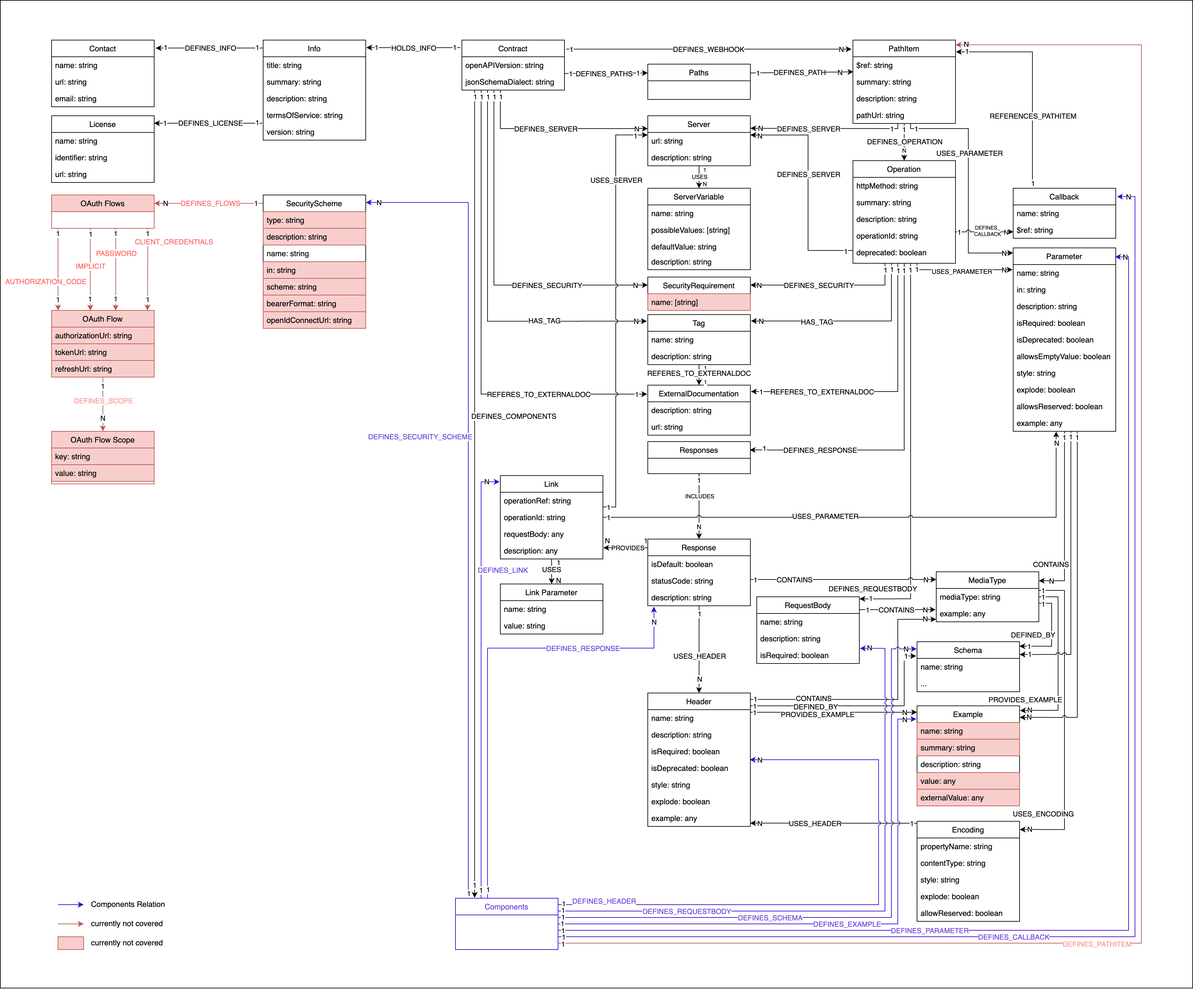
Earlier version of the draw.io export doc42/images/Contract Schema.drawio.png (jqassistant-plugin/jqassistant-openapi-plugin). Source tidied: cells renumbered, new cells last; positions are measured from the earlier drawing's top-left corner, leaving out a move shared by most shapes.
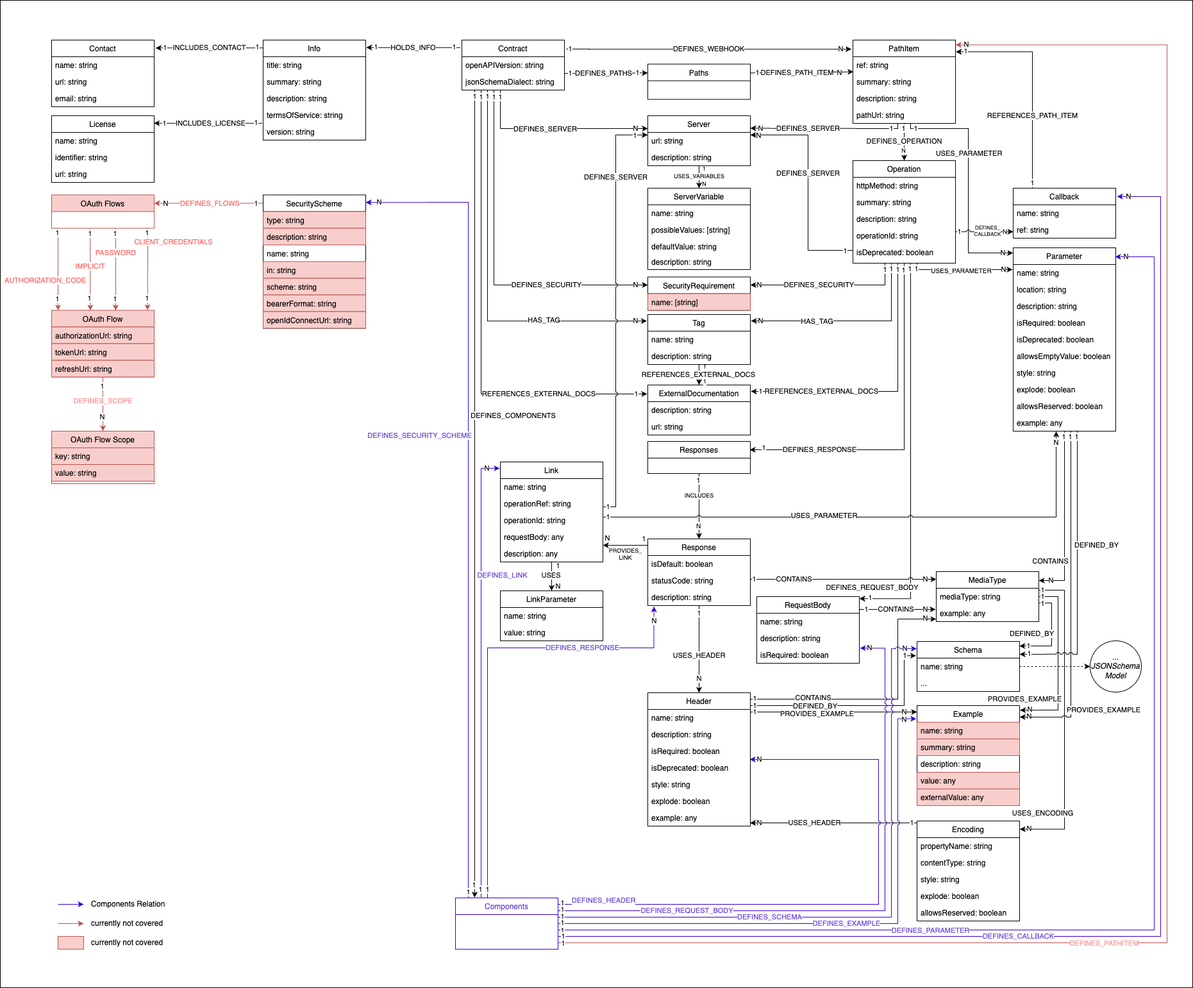
Later version of the same file.

Commit message:
updated Contract Schema Model

Diff of the diagram source:
```diff
@@ -134,3 +134,3 @@
     </mxCell>
-    <mxCell id="27" value="REFERES_TO_EXTERNALDOC" style="edgeLabel;html=1;align=center;verticalAlign=middle;" parent="26" vertex="1">
+    <mxCell id="27" value="REFERENCES_EXTERNAL_DOCS" style="edgeLabel;html=1;align=center;verticalAlign=middle;" parent="26" vertex="1">
       <mxGeometry x="0.58" y="-2" relative="1" as="geometry">
@@ -238,3 +238,3 @@
     </mxCell>
-    <mxCell id="56" value="DEFINES_INFO" style="edgeLabel;html=1;align=center;verticalAlign=middle;" parent="55" vertex="1">
+    <mxCell id="56" value="INCLUDES_CONTACT" style="edgeLabel;html=1;align=center;verticalAlign=middle;" parent="55" vertex="1">
       <mxGeometry relative="1" as="geometry" />
@@ -252,3 +252,3 @@
     </mxCell>
-    <mxCell id="60" value="DEFINES_LICENSE" style="edgeLabel;html=1;align=center;verticalAlign=middle;" parent="59" vertex="1">
+    <mxCell id="60" value="INCLUDES_LICENSE" style="edgeLabel;html=1;align=center;verticalAlign=middle;" parent="59" vertex="1">
       <mxGeometry relative="1" as="geometry">
@@ -270,3 +270,3 @@
     </mxCell>
-    <mxCell id="64" value="USES" style="edgeLabel;html=1;align=center;verticalAlign=middle;fontSize=9;" parent="63" vertex="1">
+    <mxCell id="64" value="USES_VARIABLES" style="edgeLabel;html=1;align=center;verticalAlign=middle;fontSize=9;" parent="63" vertex="1">
       <mxGeometry x="-0.46" y="1" relative="1" as="geometry">
@@ -334,5 +334,5 @@
     </mxCell>
-    <mxCell id="82" value="REFERES_TO_EXTERNALDOC" style="edgeLabel;html=1;align=center;verticalAlign=middle;" parent="79" vertex="1">
+    <mxCell id="82" value="REFERENCES_EXTERNAL_DOCS" style="edgeLabel;html=1;align=center;verticalAlign=middle;" parent="79" vertex="1">
       <mxGeometry x="0.27" y="-1" relative="1" as="geometry">
-        <mxPoint y="-1" as="offset" />
+        <mxPoint y="1" as="offset" />
       </mxGeometry>
@@ -416,3 +416,3 @@
     </mxCell>
-    <mxCell id="99" value="$ref: string" style="text;align=left;verticalAlign=top;spacingLeft=4;spacingRight=4;overflow=hidden;points=[[0,0.5],[1,0.5]];portConstraint=eastwest;snapToPoint=0;" parent="98" vertex="1">
+    <mxCell id="99" value="ref: string" style="text;align=left;verticalAlign=top;spacingLeft=4;spacingRight=4;overflow=hidden;points=[[0,0.5],[1,0.5]];portConstraint=eastwest;snapToPoint=0;" parent="98" vertex="1">
       <mxGeometry y="26" width="160" height="26" as="geometry" />
@@ -474,5 +474,5 @@
     </mxCell>
-    <mxCell id="113" value="DEFINES_PATH" style="edgeLabel;html=1;align=center;verticalAlign=middle;" parent="112" vertex="1">
+    <mxCell id="113" value="DEFINES_PATH_ITEM" style="edgeLabel;html=1;align=center;verticalAlign=middle;" parent="112" vertex="1">
       <mxGeometry relative="1" as="geometry">
-        <mxPoint x="-4" as="offset" />
+        <mxPoint x="-7" as="offset" />
       </mxGeometry>
@@ -486,3 +486,3 @@
       <mxGeometry x="0.8" y="-1" relative="1" as="geometry">
-        <mxPoint x="-6" y="-1" as="offset" />
+        <mxPoint x="-6" as="offset" />
       </mxGeometry>
@@ -496,3 +496,3 @@
     </mxCell>
-    <mxCell id="117" value="REFERES_TO_EXTERNALDOC" style="edgeLabel;html=1;align=center;verticalAlign=middle;" parent="116" vertex="1">
+    <mxCell id="117" value="REFERENCES_EXTERNAL_DOCS" style="edgeLabel;html=1;align=center;verticalAlign=middle;" parent="116" vertex="1">
       <mxGeometry x="0.63" y="-3" relative="1" as="geometry">
@@ -518,3 +518,3 @@
     </mxCell>
-    <mxCell id="121" value="DEFINES_REQUESTBODY" style="edgeLabel;html=1;align=center;verticalAlign=middle;" parent="120" vertex="1">
+    <mxCell id="121" value="DEFINES_REQUEST_BODY" style="edgeLabel;html=1;align=center;verticalAlign=middle;" parent="120" vertex="1">
       <mxGeometry x="0.64" y="-1" relative="1" as="geometry">
@@ -675,3 +675,3 @@
     </mxCell>
-    <mxCell id="152" value="deprecated: boolean" style="text;align=left;verticalAlign=top;spacingLeft=4;spacingRight=4;overflow=hidden;" parent="147" vertex="1">
+    <mxCell id="152" value="isDeprecated: boolean" style="text;align=left;verticalAlign=top;spacingLeft=4;spacingRight=4;overflow=hidden;" parent="147" vertex="1">
       <mxGeometry y="130" width="160" height="26" as="geometry" />
@@ -689,3 +689,3 @@
       <mxGeometry x="0.82" y="-2" relative="1" as="geometry">
-        <mxPoint x="-7" y="-24" as="offset" />
+        <mxPoint x="-7" y="-28" as="offset" />
       </mxGeometry>
@@ -705,3 +705,3 @@
         <Array as="points">
-          <mxPoint x="1680" y="1118" />
+          <mxPoint x="1670" y="1118" />
           <mxPoint x="1590" y="1118" />
@@ -720,2 +720,7 @@
     </mxCell>
+    <mxCell id="362" value="PROVIDES_EXAMPLE" style="edgeLabel;html=1;align=center;verticalAlign=middle;" parent="157" vertex="1">
+      <mxGeometry x="0.59" y="-1" relative="1" as="geometry">
+        <mxPoint x="52" y="17" as="offset" />
+      </mxGeometry>
+    </mxCell>
     <mxCell id="160" value="Parameter" style="swimlane;fontStyle=0;align=center;verticalAlign=top;horizontal=1;startSize=26;rounded=0;shadow=0;strokeWidth=1;snapToPoint=0;" parent="1" vertex="1">
@@ -726,3 +731,3 @@
     </mxCell>
-    <mxCell id="162" value="in: string" style="text;align=left;verticalAlign=top;spacingLeft=4;spacingRight=4;overflow=hidden;" parent="160" vertex="1">
+    <mxCell id="162" value="location: string" style="text;align=left;verticalAlign=top;spacingLeft=4;spacingRight=4;overflow=hidden;" parent="160" vertex="1">
       <mxGeometry y="52" width="160" height="26" as="geometry" />
@@ -773,7 +778,2 @@
     </mxCell>
-    <mxCell id="176" value="DEFINED_BY" style="edgeLabel;html=1;align=center;verticalAlign=middle;" parent="175" vertex="1">
-      <mxGeometry x="-0.17" relative="1" as="geometry">
-        <mxPoint x="-30" y="12" as="offset" />
-      </mxGeometry>
-    </mxCell>
     <mxCell id="177" value="1" style="edgeLabel;html=1;align=center;verticalAlign=middle;" parent="175" vertex="1">
@@ -1001,6 +1001,7 @@
     </mxCell>
-    <mxCell id="225" style="edgeStyle=orthogonalEdgeStyle;rounded=0;jettySize=auto;html=1;entryX=1.004;entryY=0.326;entryDx=0;entryDy=0;entryPerimeter=0;jumpStyle=arc;" parent="1" edge="1" source="229" target="249">
+    <mxCell id="225" style="edgeStyle=orthogonalEdgeStyle;rounded=0;jettySize=auto;html=1;entryX=1;entryY=0.002;entryDx=0;entryDy=0;entryPerimeter=0;jumpStyle=arc;" parent="1" edge="1" source="229" target="249">
       <mxGeometry relative="1" as="geometry">
         <Array as="points">
-          <mxPoint x="1000" y="853" />
+          <mxPoint x="970" y="850" />
+          <mxPoint x="970" y="850" />
         </Array>
@@ -1008,5 +1009,5 @@
     </mxCell>
-    <mxCell id="226" value="PROVIDES" style="edgeLabel;html=1;align=center;verticalAlign=middle;fontSize=10;" parent="225" vertex="1">
+    <mxCell id="226" value="PROVIDES_&lt;br style=&quot;font-size: 9px;&quot;&gt;LINK" style="edgeLabel;html=1;align=center;verticalAlign=middle;fontSize=9;" parent="225" vertex="1">
       <mxGeometry x="0.22" y="-2" relative="1" as="geometry">
-        <mxPoint x="10" y="1" as="offset" />
+        <mxPoint x="7" y="16" as="offset" />
       </mxGeometry>
@@ -1015,3 +1016,3 @@
       <mxGeometry x="0.75" y="-1" relative="1" as="geometry">
-        <mxPoint x="-4" y="-10" as="offset" />
+        <mxPoint x="-2" y="-10" as="offset" />
       </mxGeometry>
@@ -1020,3 +1021,3 @@
       <mxGeometry x="-0.86" relative="1" as="geometry">
-        <mxPoint x="1" y="-11" as="offset" />
+        <mxPoint x="-1" y="-10" as="offset" />
       </mxGeometry>
@@ -1040,3 +1041,3 @@
       <mxGeometry x="-0.35" y="1" relative="1" as="geometry">
-        <mxPoint x="-2" y="3" as="offset" />
+        <mxPoint x="-2" y="6" as="offset" />
       </mxGeometry>
@@ -1061,5 +1062,5 @@
     </mxCell>
-    <mxCell id="238" value="USES_SERVER" style="edgeLabel;html=1;align=center;verticalAlign=middle;" parent="237" vertex="1">
+    <mxCell id="238" value="DEFINES_SERVER" style="edgeLabel;html=1;align=center;verticalAlign=middle;" parent="237" vertex="1">
       <mxGeometry x="0.3" y="-1" relative="1" as="geometry">
-        <mxPoint x="-1" y="-107" as="offset" />
+        <mxPoint x="-1" y="-111" as="offset" />
       </mxGeometry>
@@ -1098,18 +1099,21 @@
     <mxCell id="245" value="Link" style="swimlane;fontStyle=0;align=center;verticalAlign=top;horizontal=1;startSize=26;rounded=0;shadow=0;strokeWidth=1;" parent="1" vertex="1">
-      <mxGeometry x="780" y="741" width="160" height="130" as="geometry" />
+      <mxGeometry x="780" y="720" width="160" height="156" as="geometry" />
     </mxCell>
+    <mxCell id="363" value="name: string" style="text;align=left;verticalAlign=top;spacingLeft=4;spacingRight=4;overflow=hidden;" parent="245" vertex="1">
+      <mxGeometry y="26" width="160" height="26" as="geometry" />
+    </mxCell>
     <mxCell id="246" value="operationRef: string" style="text;align=left;verticalAlign=top;spacingLeft=4;spacingRight=4;overflow=hidden;" parent="245" vertex="1">
-      <mxGeometry y="26" width="160" height="26" as="geometry" />
+      <mxGeometry y="52" width="160" height="26" as="geometry" />
     </mxCell>
     <mxCell id="247" value="operationId: string" style="text;align=left;verticalAlign=top;spacingLeft=4;spacingRight=4;overflow=hidden;" parent="245" vertex="1">
-      <mxGeometry y="52" width="160" height="26" as="geometry" />
+      <mxGeometry y="78" width="160" height="26" as="geometry" />
     </mxCell>
     <mxCell id="248" value="requestBody: any" style="text;align=left;verticalAlign=top;spacingLeft=4;spacingRight=4;overflow=hidden;" parent="245" vertex="1">
-      <mxGeometry y="78" width="160" height="26" as="geometry" />
+      <mxGeometry y="104" width="160" height="26" as="geometry" />
     </mxCell>
     <mxCell id="249" value="description: any" style="text;align=left;verticalAlign=top;spacingLeft=4;spacingRight=4;overflow=hidden;points=[[0,0.5],[1,0.5]];portConstraint=eastwest;" parent="245" vertex="1">
-      <mxGeometry y="104" width="160" height="26" as="geometry" />
+      <mxGeometry y="130" width="160" height="26" as="geometry" />
     </mxCell>
-    <mxCell id="250" value="Link Parameter" style="swimlane;fontStyle=0;align=center;verticalAlign=top;horizontal=1;startSize=26;rounded=0;shadow=0;strokeWidth=1;" parent="1" vertex="1">
-      <mxGeometry x="780" y="910" width="160" height="78" as="geometry" />
+    <mxCell id="250" value="LinkParameter" style="swimlane;fontStyle=0;align=center;verticalAlign=top;horizontal=1;startSize=26;rounded=0;shadow=0;strokeWidth=1;" parent="1" vertex="1">
+      <mxGeometry x="780" y="921" width="160" height="78" as="geometry" />
     </mxCell>
@@ -1128,3 +1132,3 @@
     </mxCell>
-    <mxCell id="254" value="REFERENCES_PATHITEM" style="edgeLabel;html=1;align=center;verticalAlign=middle;" parent="253" vertex="1">
+    <mxCell id="254" value="REFERENCES_PATH_ITEM" style="edgeLabel;html=1;align=center;verticalAlign=middle;" parent="253" vertex="1">
       <mxGeometry x="-0.46" relative="1" as="geometry">
@@ -1147,3 +1151,3 @@
     </mxCell>
-    <mxCell id="259" value="$ref: string" style="text;align=left;verticalAlign=top;spacingLeft=4;spacingRight=4;overflow=hidden;points=[[0,0.5],[1,0.5]];portConstraint=eastwest;" parent="257" vertex="1">
+    <mxCell id="259" value="ref: string" style="text;align=left;verticalAlign=top;spacingLeft=4;spacingRight=4;overflow=hidden;points=[[0,0.5],[1,0.5]];portConstraint=eastwest;" parent="257" vertex="1">
       <mxGeometry y="52" width="160" height="26" as="geometry" />
@@ -1199,4 +1203,4 @@
         <Array as="points">
-          <mxPoint x="1760" y="1450" />
-          <mxPoint x="1760" y="400" />
+          <mxPoint x="1800" y="1450" />
+          <mxPoint x="1800" y="400" />
         </Array>
@@ -1206,15 +1210,15 @@
       <mxGeometry x="-0.91" y="3" relative="1" as="geometry">
-        <mxPoint x="496" y="3" as="offset" />
+        <mxPoint x="493" y="4" as="offset" />
       </mxGeometry>
     </mxCell>
+    <mxCell id="271" value="N" style="edgeLabel;html=1;align=center;verticalAlign=middle;" parent="268" vertex="1">
+      <mxGeometry x="0.98" y="-1" relative="1" as="geometry">
+        <mxPoint x="1" y="1" as="offset" />
+      </mxGeometry>
+    </mxCell>
     <mxCell id="270" value="1" style="edgeLabel;html=1;align=center;verticalAlign=middle;" parent="268" vertex="1">
-      <mxGeometry x="-0.99" y="1" relative="1" as="geometry">
-        <mxPoint y="1" as="offset" />
+      <mxGeometry x="-0.99" y="-1" relative="1" as="geometry">
+        <mxPoint x="-3" as="offset" />
       </mxGeometry>
     </mxCell>
-    <mxCell id="271" value="N" style="edgeLabel;html=1;align=center;verticalAlign=middle;" parent="268" vertex="1">
-      <mxGeometry x="0.98" y="-1" relative="1" as="geometry">
-        <mxPoint x="1" y="1" as="offset" />
-      </mxGeometry>
-    </mxCell>
     <mxCell id="272" style="edgeStyle=orthogonalEdgeStyle;rounded=0;jettySize=auto;html=1;entryX=-0.007;entryY=0.132;entryDx=0;entryDy=0;entryPerimeter=0;fillColor=#6a00ff;strokeColor=#3700CC;jumpStyle=arc;" parent="1" edge="1" source="300" target="183">
@@ -1250,3 +1254,3 @@
     </mxCell>
-    <mxCell id="277" value="DEFINES_REQUESTBODY" style="edgeLabel;html=1;align=center;verticalAlign=middle;fontColor=#6e47d8;" parent="276" vertex="1">
+    <mxCell id="277" value="DEFINES_REQUEST_BODY" style="edgeLabel;html=1;align=center;verticalAlign=middle;fontColor=#6e47d8;" parent="276" vertex="1">
       <mxGeometry x="0.02" relative="1" as="geometry">
@@ -1308,6 +1312,8 @@
     </mxCell>
-    <mxCell id="288" style="edgeStyle=orthogonalEdgeStyle;rounded=0;jettySize=auto;html=1;fillColor=#6a00ff;strokeColor=#3700CC;jumpStyle=arc;entryX=-0.007;entryY=0.074;entryDx=0;entryDy=0;entryPerimeter=0;" parent="1" edge="1" source="300" target="245">
+    <mxCell id="288" style="edgeStyle=orthogonalEdgeStyle;rounded=0;jettySize=auto;html=1;fillColor=#6a00ff;strokeColor=#3700CC;jumpStyle=arc;" parent="1" edge="1" source="300">
       <mxGeometry relative="1" as="geometry">
+        <mxPoint x="779" y="730" as="targetPoint" />
         <Array as="points">
-          <mxPoint x="750" y="751" />
+          <mxPoint x="750" y="730" />
+          <mxPoint x="779" y="730" />
         </Array>
@@ -1317,3 +1323,3 @@
       <mxGeometry x="0.36" y="-1" relative="1" as="geometry">
-        <mxPoint x="32" y="-52" as="offset" />
+        <mxPoint x="32" y="-29" as="offset" />
       </mxGeometry>
@@ -1333,4 +1339,4 @@
         <Array as="points">
-          <mxPoint x="1770" y="1460" />
-          <mxPoint x="1770" y="306" />
+          <mxPoint x="1810" y="1460" />
+          <mxPoint x="1810" y="306" />
         </Array>
@@ -1356,4 +1362,4 @@
         <Array as="points">
-          <mxPoint x="1780" y="1470" />
-          <mxPoint x="1780" y="69" />
+          <mxPoint x="1820" y="1470" />
+          <mxPoint x="1820" y="69" />
         </Array>
@@ -1571,3 +1577,3 @@
     </mxCell>
-    <mxCell id="346" value="allowReserved: boolean" style="text;align=left;verticalAlign=top;spacingLeft=4;spacingRight=4;overflow=hidden;" parent="341" vertex="1">
+    <mxCell id="346" value="allowsReserved: boolean" style="text;align=left;verticalAlign=top;spacingLeft=4;spacingRight=4;overflow=hidden;" parent="341" vertex="1">
       <mxGeometry y="130" width="160" height="26" as="geometry" />
@@ -1607,3 +1613,3 @@
         <Array as="points">
-          <mxPoint x="1670" y="1020" />
+          <mxPoint x="1680" y="1020" />
           <mxPoint x="1590" y="1020" />
@@ -1620,2 +1626,7 @@
     </mxCell>
+    <mxCell id="364" value="DEFINED_BY" style="edgeLabel;html=1;align=center;verticalAlign=middle;" parent="355" vertex="1">
+      <mxGeometry x="-0.07" y="-1" relative="1" as="geometry">
+        <mxPoint x="31" y="-25" as="offset" />
+      </mxGeometry>
+    </mxCell>
     <mxCell id="358" style="edgeStyle=orthogonalEdgeStyle;rounded=0;jettySize=auto;html=1;jumpStyle=arc;" parent="1" edge="1" source="171">
@@ -1641,2 +1652,13 @@
     </mxCell>
+    <mxCell id="365" value="... JSONSchema Model" style="ellipse;whiteSpace=wrap;html=1;fontStyle=2;" parent="1" vertex="1">
+      <mxGeometry x="1700" y="999" width="80" height="80" as="geometry" />
+    </mxCell>
+    <mxCell id="366" style="edgeStyle=orthogonalEdgeStyle;rounded=0;jettySize=auto;html=1;entryX=0;entryY=0.5;entryDx=0;entryDy=0;dashed=1;" parent="1" edge="1" source="210" target="365">
+      <mxGeometry relative="1" as="geometry" />
+    </mxCell>
+    <mxCell id="367" value="DEFINED_BY" style="edgeLabel;html=1;align=center;verticalAlign=middle;" parent="1" vertex="1">
+      <mxGeometry x="1611" y="984.9" as="geometry">
+        <mxPoint x="-2" y="3" as="offset" />
+      </mxGeometry>
+    </mxCell>
   </root>
```
